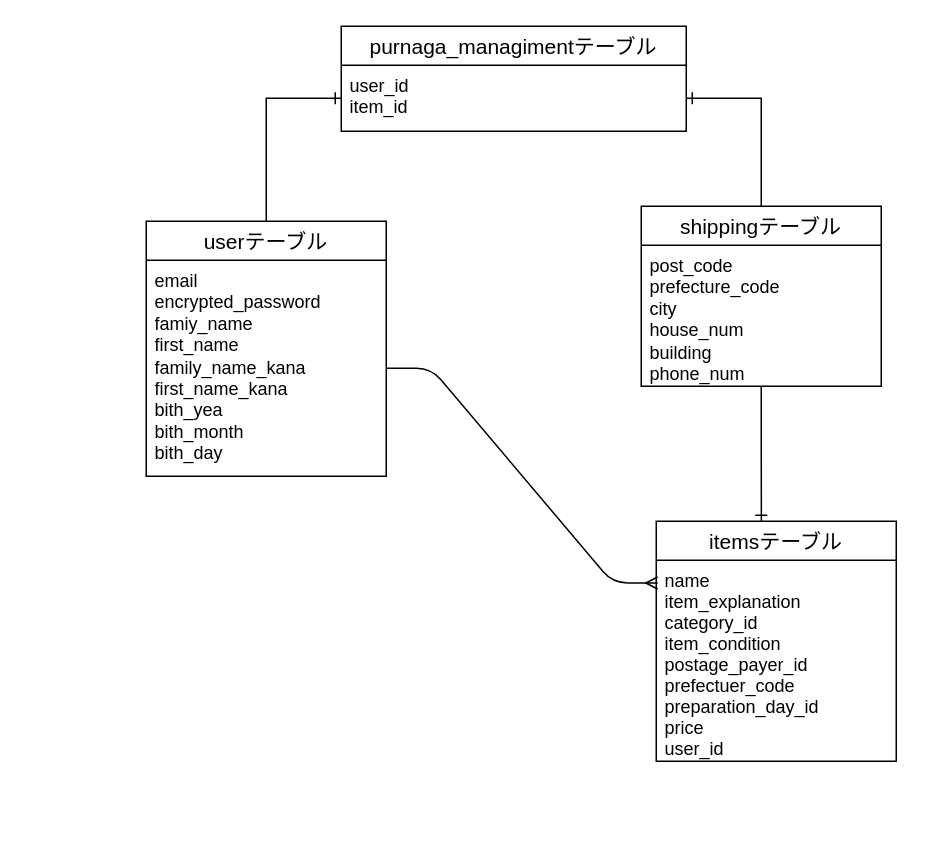
This is page "ページ1" (1 of 2) of ER.dio/furima.dio from souyama77/furima-29616-v2, a draw.io file, before an edit. Source tidied: cells renumbered, new cells numbered last; positions are measured from the earlier drawing's top-left corner, leaving out a move shared by most shapes. Both pictures are drawn from the tidied source at 150%, with x=0, y=0 at pixel (146, 26).
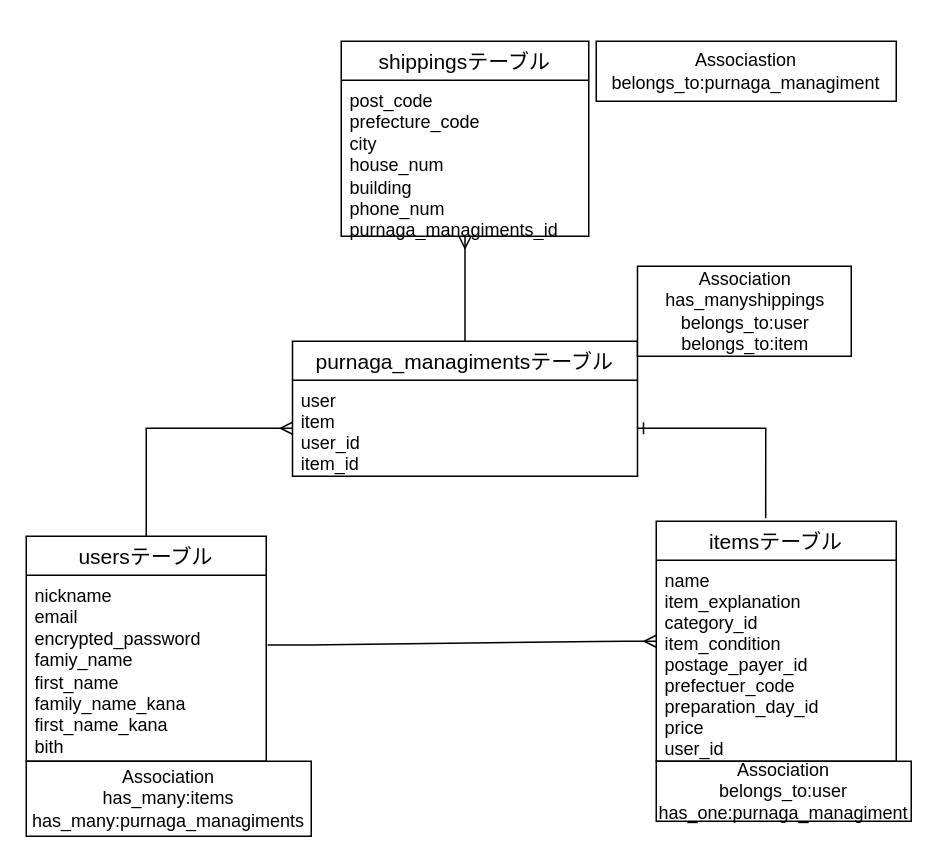
The same page after the edit.

Commit message (it also covers changes not shown here):
データ設計Ver.6

Change to the diagram source:
```diff
@@
 <mxGraphModel>
   <root>
     <mxCell id="0" />
     <mxCell id="1" parent="0" />
-    <mxCell id="2" style="edgeStyle=orthogonalEdgeStyle;rounded=0;jettySize=auto;html=1;entryX=0;entryY=0.5;entryDx=0;entryDy=0;endArrow=ERone;endFill=0;" parent="1" edge="1" source="3" target="13">
+    <mxCell id="2" style="edgeStyle=orthogonalEdgeStyle;rounded=0;jettySize=auto;html=1;entryX=0;entryY=0.5;entryDx=0;entryDy=0;endArrow=ERmany;endFill=0;" parent="1" edge="1" source="3" target="13">
       <mxGeometry relative="1" as="geometry" />
     </mxCell>
-    <mxCell id="3" value="userテーブル" style="swimlane;fontStyle=0;horizontal=1;startSize=26;align=center;fontSize=14;rounded=0;sketch=0;flipH=0;flipV=0;" parent="1" vertex="1">
-      <mxGeometry y="130" width="160" height="170" as="geometry" />
+    <mxCell id="3" value="usersテーブル" style="swimlane;fontStyle=0;horizontal=1;startSize=26;align=center;fontSize=14;rounded=0;sketch=0;flipH=0;flipV=0;" parent="1" vertex="1">
+      <mxGeometry x="-80" y="340" width="160" height="150" as="geometry" />
     </mxCell>
-    <mxCell id="4" value="email&lt;br&gt;encrypted_password&lt;br&gt;&lt;span&gt;famiy_name&lt;/span&gt;&lt;br style=&quot;padding: 0px ; margin: 0px&quot;&gt;&lt;span&gt;first_name&lt;/span&gt;&lt;br style=&quot;padding: 0px ; margin: 0px&quot;&gt;&lt;span&gt;family_name_kana&lt;/span&gt;&lt;br style=&quot;padding: 0px ; margin: 0px&quot;&gt;&lt;span&gt;first_name_kana&lt;/span&gt;&lt;br style=&quot;padding: 0px ; margin: 0px&quot;&gt;&lt;span&gt;bith_yea&lt;/span&gt;&lt;br style=&quot;padding: 0px ; margin: 0px&quot;&gt;&lt;span&gt;bith_month&lt;/span&gt;&lt;br style=&quot;padding: 0px ; margin: 0px&quot;&gt;&lt;span&gt;bith_day&lt;/span&gt;&lt;br style=&quot;padding: 0px ; margin: 0px&quot;&gt;" style="text;strokeColor=none;fillColor=none;spacingLeft=4;spacingRight=4;overflow=hidden;points=[[0,0.5],[1,0.5]];portConstraint=eastwest;fontSize=12;html=1;whiteSpace=wrap;" parent="3" vertex="1">
-      <mxGeometry y="26" width="160" height="144" as="geometry" />
+    <mxCell id="4" value="nickname&lt;br&gt;email&lt;br&gt;encrypted_password&lt;br&gt;&lt;span&gt;famiy_name&lt;/span&gt;&lt;br style=&quot;padding: 0px ; margin: 0px&quot;&gt;&lt;span&gt;first_name&lt;/span&gt;&lt;br style=&quot;padding: 0px ; margin: 0px&quot;&gt;&lt;span&gt;family_name_kana&lt;/span&gt;&lt;br style=&quot;padding: 0px ; margin: 0px&quot;&gt;&lt;span&gt;first_name_kana&lt;/span&gt;&lt;br style=&quot;padding: 0px ; margin: 0px&quot;&gt;&lt;span&gt;bith&lt;/span&gt;" style="text;strokeColor=none;fillColor=none;spacingLeft=4;spacingRight=4;overflow=hidden;points=[[0,0.5],[1,0.5]];portConstraint=eastwest;fontSize=12;html=1;whiteSpace=wrap;" parent="3" vertex="1">
+      <mxGeometry y="26" width="160" height="124" as="geometry" />
     </mxCell>
-    <mxCell id="5" style="edgeStyle=orthogonalEdgeStyle;rounded=0;jettySize=auto;html=1;entryX=0.438;entryY=0;entryDx=0;entryDy=0;entryPerimeter=0;endArrow=ERone;endFill=0;" parent="1" edge="1" source="7" target="9">
-      <mxGeometry relative="1" as="geometry" />
-    </mxCell>
-    <mxCell id="6" style="edgeStyle=orthogonalEdgeStyle;rounded=0;jettySize=auto;html=1;exitX=0.5;exitY=0;exitDx=0;exitDy=0;entryX=1;entryY=0.5;entryDx=0;entryDy=0;endArrow=ERone;endFill=0;" parent="1" edge="1" source="7" target="13">
+    <mxCell id="6" style="edgeStyle=orthogonalEdgeStyle;rounded=0;jettySize=auto;html=1;exitX=0.456;exitY=-0.012;exitDx=0;exitDy=0;entryX=1;entryY=0.5;entryDx=0;entryDy=0;endArrow=ERone;endFill=0;exitPerimeter=0;" parent="1" edge="1" source="9" target="13">
       <mxGeometry relative="1" as="geometry" />
     </mxCell>
-    <mxCell id="7" value="shippingテーブル" style="swimlane;fontStyle=0;horizontal=1;startSize=26;align=center;fontSize=14;rounded=0;sketch=0;" parent="1" vertex="1">
-      <mxGeometry x="330" y="120" width="160" height="120" as="geometry" />
+    <mxCell id="7" value="shippingsテーブル" style="swimlane;fontStyle=0;horizontal=1;startSize=26;align=center;fontSize=14;rounded=0;sketch=0;" parent="1" vertex="1">
+      <mxGeometry x="130" y="10" width="165" height="130" as="geometry" />
     </mxCell>
-    <mxCell id="8" value="post_code&lt;br&gt;prefecture_code&lt;br&gt;city&lt;br&gt;house_num&lt;br&gt;building&lt;br&gt;phone_num&lt;br&gt;&lt;br&gt;" style="text;strokeColor=none;fillColor=none;spacingLeft=4;spacingRight=4;overflow=hidden;points=[[0,0.5],[1,0.5]];portConstraint=eastwest;fontSize=12;html=1;whiteSpace=wrap;" parent="7" vertex="1">
-      <mxGeometry y="26" width="160" height="94" as="geometry" />
+    <mxCell id="8" value="post_code&lt;br&gt;prefecture_code&lt;br&gt;city&lt;br&gt;house_num&lt;br&gt;building&lt;br&gt;phone_num&lt;br&gt;purnaga_managiments_id&lt;br&gt;&lt;br&gt;" style="text;strokeColor=none;fillColor=none;spacingLeft=4;spacingRight=4;overflow=hidden;points=[[0,0.5],[1,0.5]];portConstraint=eastwest;fontSize=12;html=1;whiteSpace=wrap;" parent="7" vertex="1">
+      <mxGeometry y="26" width="165" height="104" as="geometry" />
     </mxCell>
     <mxCell id="9" value="itemsテーブル" style="swimlane;fontStyle=0;horizontal=1;startSize=26;align=center;fontSize=14;" parent="1" vertex="1">
       <mxGeometry x="340" y="330" width="160" height="160" as="geometry" />
     </mxCell>
     <mxCell id="10" value="name&#10;item_explanation&#10;category_id&#10;item_condition&#10;postage_payer_id&#10;prefectuer_code&#10;preparation_day_id&#10;price&#10;user_id&#10;" style="text;strokeColor=none;fillColor=none;spacingLeft=4;spacingRight=4;overflow=hidden;points=[[0,0.5],[1,0.5]];portConstraint=eastwest;fontSize=12;" parent="9" vertex="1">
       <mxGeometry y="26" width="160" height="134" as="geometry" />
     </mxCell>
-    <mxCell id="11" style="edgeStyle=entityRelationEdgeStyle;fontSize=12;html=1;endArrow=ERmany;exitX=1;exitY=0.5;exitDx=0;exitDy=0;entryX=0.006;entryY=0.113;entryDx=0;entryDy=0;entryPerimeter=0;" parent="1" edge="1" source="4" target="10">
-      <mxGeometry relative="1" as="geometry" />
+    <mxCell id="11" style="edgeStyle=entityRelationEdgeStyle;fontSize=12;html=1;endArrow=ERmany;exitX=1.006;exitY=0.375;exitDx=0;exitDy=0;exitPerimeter=0;" parent="1" edge="1" source="4">
+      <mxGeometry relative="1" as="geometry">
+        <mxPoint x="340" y="410" as="targetPoint" />
+      </mxGeometry>
     </mxCell>
+    <mxCell id="14" style="edgeStyle=orthogonalEdgeStyle;rounded=0;jettySize=auto;html=1;entryX=0.5;entryY=1;entryDx=0;entryDy=0;entryPerimeter=0;endArrow=ERmany;endFill=0;" parent="1" edge="1" source="12" target="8">
+      <mxGeometry relative="1" as="geometry" />
+    </mxCell>
-    <mxCell id="12" value="purnaga_managimentテーブル" style="swimlane;fontStyle=0;horizontal=1;startSize=26;align=center;fontSize=14;" parent="1" vertex="1">
-      <mxGeometry x="130" width="230" height="70" as="geometry" />
+    <mxCell id="12" value="purnaga_managimentsテーブル" style="swimlane;fontStyle=0;horizontal=1;startSize=26;align=center;fontSize=14;" parent="1" vertex="1">
+      <mxGeometry x="97.5" y="210" width="230" height="90" as="geometry" />
     </mxCell>
-    <mxCell id="13" value="user_id&#10;item_id" style="text;strokeColor=none;fillColor=none;spacingLeft=4;spacingRight=4;overflow=hidden;points=[[0,0.5],[1,0.5]];portConstraint=eastwest;fontSize=12;" parent="12" vertex="1">
-      <mxGeometry y="26" width="230" height="44" as="geometry" />
+    <mxCell id="13" value="user&#10;item&#10;user_id&#10;item_id" style="text;strokeColor=none;fillColor=none;spacingLeft=4;spacingRight=4;overflow=hidden;points=[[0,0.5],[1,0.5]];portConstraint=eastwest;fontSize=12;" parent="12" vertex="1">
+      <mxGeometry y="26" width="230" height="64" as="geometry" />
     </mxCell>
+    <mxCell id="15" value="Associastion&lt;br&gt;belongs_to:purnaga_managiment" style="whiteSpace=wrap;html=1;align=center;" parent="1" vertex="1">
+      <mxGeometry x="300" y="10" width="200" height="40" as="geometry" />
+    </mxCell>
+    <mxCell id="16" value="Association&lt;br&gt;has_manyshippings&lt;br&gt;belongs_to:user&lt;br&gt;belongs_to:item" style="whiteSpace=wrap;html=1;align=center;" parent="1" vertex="1">
+      <mxGeometry x="327.5" y="160" width="142.5" height="60" as="geometry" />
+    </mxCell>
+    <mxCell id="17" value="Association&lt;br&gt;has_many:items&lt;br&gt;has_many:purnaga_managiments" style="whiteSpace=wrap;html=1;align=center;" parent="1" vertex="1">
+      <mxGeometry x="-80" y="490" width="190" height="50" as="geometry" />
+    </mxCell>
+    <mxCell id="18" value="Association&lt;br&gt;belongs_to:user&lt;br&gt;has_one:purnaga_managiment" style="whiteSpace=wrap;html=1;align=center;" parent="1" vertex="1">
+      <mxGeometry x="340" y="490" width="170" height="40" as="geometry" />
+    </mxCell>
   </root>
 </mxGraphModel>
```
